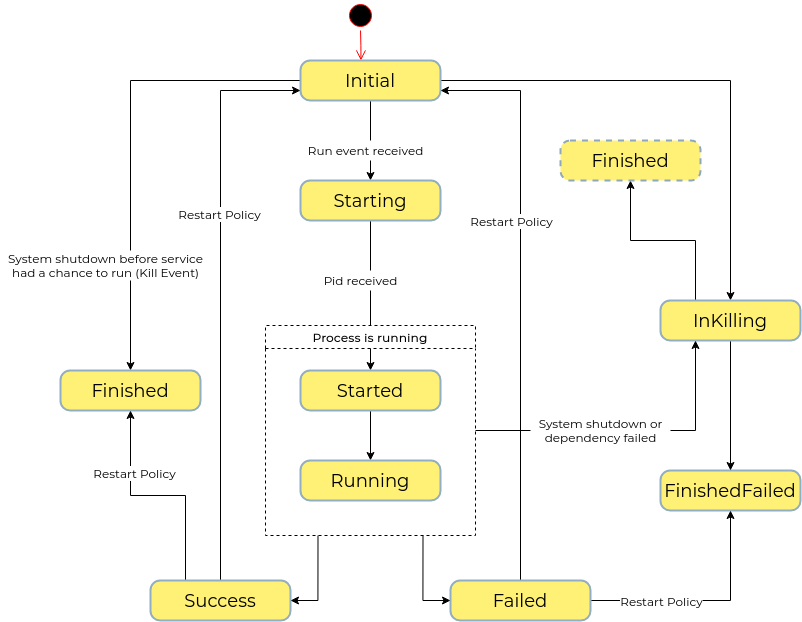
The draw.io diagram res/state-machine.png in FedericoPonzi/Horust, before a commit. Source tidied: cells renumbered, new cells last; positions are measured from the earlier drawing's top-left corner, leaving out a move shared by most shapes.
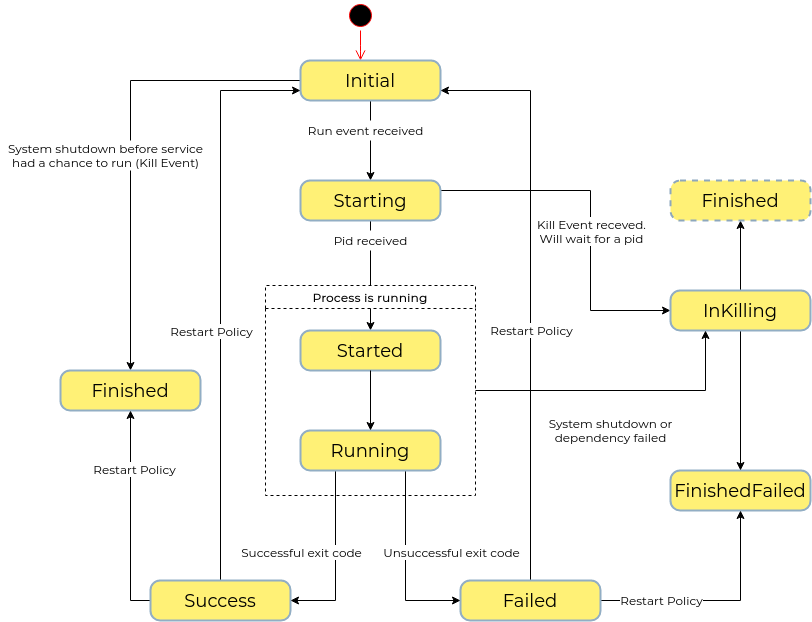
Later version of the same file.

What changed in the source:
```diff
@@ -11,9 +11,6 @@
     <mxCell id="4" style="edgeStyle=orthogonalEdgeStyle;rounded=0;jettySize=auto;html=1;exitX=0.5;exitY=1;exitDx=0;exitDy=0;entryX=0.5;entryY=0;entryDx=0;entryDy=0;fontFamily=Montserrat;" parent="1" edge="1" source="7" target="9">
       <mxGeometry relative="1" as="geometry" />
     </mxCell>
-    <mxCell id="5" style="edgeStyle=orthogonalEdgeStyle;rounded=0;jettySize=auto;html=1;exitX=1;exitY=0.5;exitDx=0;exitDy=0;entryX=0.5;entryY=0;entryDx=0;entryDy=0;fontFamily=Montserrat;" parent="1" edge="1" source="7" target="22">
-      <mxGeometry relative="1" as="geometry" />
-    </mxCell>
     <mxCell id="6" style="edgeStyle=orthogonalEdgeStyle;rounded=0;jettySize=auto;html=1;exitX=0;exitY=0.5;exitDx=0;exitDy=0;entryX=0.5;entryY=0;entryDx=0;entryDy=0;fontFamily=Montserrat;" parent="1" edge="1" source="7" target="10">
       <mxGeometry relative="1" as="geometry" />
     </mxCell>
@@ -23,6 +20,19 @@
     <mxCell id="8" style="edgeStyle=orthogonalEdgeStyle;rounded=0;jettySize=auto;html=1;exitX=0.5;exitY=1;exitDx=0;exitDy=0;entryX=0.5;entryY=0;entryDx=0;entryDy=0;fontFamily=Montserrat;" parent="1" edge="1" source="9" target="25">
       <mxGeometry relative="1" as="geometry" />
     </mxCell>
+    <mxCell id="37" style="edgeStyle=orthogonalEdgeStyle;rounded=0;jettySize=auto;html=1;entryX=0;entryY=0.5;entryDx=0;entryDy=0;exitX=1;exitY=0.25;exitDx=0;exitDy=0;" parent="1" edge="1" source="9" target="22">
+      <mxGeometry relative="1" as="geometry">
+        <Array as="points">
+          <mxPoint x="590" y="190" />
+          <mxPoint x="590" y="310" />
+        </Array>
+      </mxGeometry>
+    </mxCell>
+    <mxCell id="38" value="&lt;div&gt;Kill Event receved.&lt;br&gt;&lt;/div&gt;&lt;div&gt;Will wait for a pid&lt;br&gt;&lt;/div&gt;" style="edgeLabel;html=1;align=center;verticalAlign=middle;fontSize=12;fontFamily=Montserrat;" parent="37" vertex="1">
+      <mxGeometry x="0.37" relative="1" as="geometry">
+        <mxPoint y="-50" as="offset" />
+      </mxGeometry>
+    </mxCell>
     <mxCell id="9" value="Starting" style="rounded=1;whiteSpace=wrap;html=1;arcSize=24;fillColor=#FFF176;strokeColor=#92AEC4;shadow=0;comic=0;labelBackgroundColor=none;fontFamily=Montserrat;fontSize=18;fontColor=#000000;align=center;FType=g;strokeWidth=2;" parent="1" vertex="1">
       <mxGeometry x="300" y="180" width="140" height="40" as="geometry" />
     </mxCell>
@@ -33,9 +43,11 @@
       <mxGeometry relative="1" as="geometry" />
     </mxCell>
     <mxCell id="12" value="Restart Policy" style="edgeLabel;html=1;align=center;verticalAlign=middle;fontSize=12;fontFamily=Montserrat;" parent="11" vertex="1">
-      <mxGeometry x="0.29" y="2" relative="1" as="geometry" />
+      <mxGeometry x="0.29" y="2" relative="1" as="geometry">
+        <mxPoint x="-8" y="117" as="offset" />
+      </mxGeometry>
     </mxCell>
-    <mxCell id="13" style="edgeStyle=orthogonalEdgeStyle;rounded=0;jettySize=auto;html=1;exitX=0.25;exitY=0;exitDx=0;exitDy=0;entryX=0.5;entryY=1;entryDx=0;entryDy=0;fontFamily=Montserrat;fontSize=12;" parent="1" edge="1" source="15" target="10">
+    <mxCell id="13" style="edgeStyle=orthogonalEdgeStyle;rounded=0;jettySize=auto;html=1;exitX=0;exitY=0.5;exitDx=0;exitDy=0;entryX=0.5;entryY=1;entryDx=0;entryDy=0;fontFamily=Montserrat;fontSize=12;" parent="1" edge="1" source="15" target="10">
       <mxGeometry relative="1" as="geometry" />
     </mxCell>
     <mxCell id="14" value="Restart Policy" style="edgeLabel;html=1;align=center;verticalAlign=middle;fontSize=12;fontFamily=Montserrat;" parent="13" vertex="1">
@@ -45,7 +57,7 @@
       <mxGeometry x="150" y="580" width="140" height="40" as="geometry" />
     </mxCell>
     <mxCell id="16" value="FinishedFailed" style="rounded=1;whiteSpace=wrap;html=1;arcSize=24;fillColor=#FFF176;strokeColor=#92AEC4;shadow=0;comic=0;labelBackgroundColor=none;fontFamily=Montserrat;fontSize=18;fontColor=#000000;align=center;FType=g;strokeWidth=2;" parent="1" vertex="1">
-      <mxGeometry x="660" y="470" width="140" height="40" as="geometry" />
+      <mxGeometry x="670" y="470" width="140" height="40" as="geometry" />
     </mxCell>
     <mxCell id="17" style="edgeStyle=orthogonalEdgeStyle;rounded=0;jettySize=auto;html=1;exitX=0.5;exitY=0;exitDx=0;exitDy=0;entryX=1;entryY=0.75;entryDx=0;entryDy=0;fontFamily=Montserrat;fontSize=12;" parent="1" edge="1" source="19" target="7">
       <mxGeometry relative="1" as="geometry" />
@@ -54,58 +66,68 @@
       <mxGeometry relative="1" as="geometry" />
     </mxCell>
     <mxCell id="19" value="Failed" style="rounded=1;whiteSpace=wrap;html=1;arcSize=24;fillColor=#FFF176;strokeColor=#92AEC4;shadow=0;comic=0;labelBackgroundColor=none;fontFamily=Montserrat;fontSize=18;fontColor=#000000;align=center;FType=g;strokeWidth=2;" parent="1" vertex="1">
-      <mxGeometry x="450" y="580" width="140" height="40" as="geometry" />
+      <mxGeometry x="460" y="580" width="140" height="40" as="geometry" />
     </mxCell>
     <mxCell id="20" style="edgeStyle=orthogonalEdgeStyle;rounded=0;jettySize=auto;html=1;exitX=0.5;exitY=1;exitDx=0;exitDy=0;fontFamily=Montserrat;" parent="1" edge="1" source="22" target="16">
       <mxGeometry relative="1" as="geometry" />
     </mxCell>
-    <mxCell id="21" style="edgeStyle=orthogonalEdgeStyle;rounded=0;jettySize=auto;html=1;exitX=0.25;exitY=0;exitDx=0;exitDy=0;entryX=0.5;entryY=1;entryDx=0;entryDy=0;fontFamily=Montserrat;fontSize=12;" parent="1" edge="1" source="22" target="23">
+    <mxCell id="21" style="edgeStyle=orthogonalEdgeStyle;rounded=0;jettySize=auto;html=1;exitX=0.5;exitY=0;exitDx=0;exitDy=0;entryX=0.5;entryY=1;entryDx=0;entryDy=0;fontFamily=Montserrat;fontSize=12;" parent="1" edge="1" source="22" target="23">
       <mxGeometry relative="1" as="geometry" />
     </mxCell>
     <mxCell id="22" value="InKilling" style="rounded=1;whiteSpace=wrap;html=1;arcSize=24;fillColor=#FFF176;strokeColor=#92AEC4;shadow=0;comic=0;labelBackgroundColor=none;fontFamily=Montserrat;fontSize=18;fontColor=#000000;align=center;FType=g;strokeWidth=2;" parent="1" vertex="1">
-      <mxGeometry x="660" y="300" width="140" height="40" as="geometry" />
+      <mxGeometry x="670" y="290" width="140" height="40" as="geometry" />
     </mxCell>
     <mxCell id="23" value="Finished" style="rounded=1;whiteSpace=wrap;html=1;arcSize=24;fillColor=#FFF176;strokeColor=#8DA7BD;shadow=0;comic=0;labelBackgroundColor=none;fontFamily=Montserrat;fontSize=18;fontColor=#000000;align=center;FType=g;strokeWidth=2;dashed=1;" parent="1" vertex="1">
-      <mxGeometry x="560" y="140" width="140" height="40" as="geometry" />
+      <mxGeometry x="670" y="180" width="140" height="40" as="geometry" />
     </mxCell>
-    <mxCell id="24" style="edgeStyle=orthogonalEdgeStyle;rounded=0;jettySize=auto;html=1;fontFamily=Montserrat;" parent="1" edge="1" source="25" target="26">
-      <mxGeometry relative="1" as="geometry" />
-    </mxCell>
+    <mxCell id="27" style="edgeStyle=orthogonalEdgeStyle;rounded=0;jettySize=auto;html=1;exitX=0.25;exitY=1;exitDx=0;exitDy=0;entryX=1;entryY=0.5;entryDx=0;entryDy=0;fontFamily=Montserrat;fontSize=12;" parent="1" edge="1" source="26" target="15">
+      <mxGeometry relative="1" as="geometry" />
+    </mxCell>
+    <mxCell id="39" value="Successful exit code" style="edgeLabel;html=1;align=center;verticalAlign=middle;fontFamily=Montserrat;fontSize=12;" parent="27" vertex="1">
+      <mxGeometry x="-0.59" y="1" relative="1" as="geometry">
+        <mxPoint x="-36" y="45" as="offset" />
+      </mxGeometry>
+    </mxCell>
+    <mxCell id="28" style="edgeStyle=orthogonalEdgeStyle;rounded=0;jettySize=auto;html=1;exitX=0.75;exitY=1;exitDx=0;exitDy=0;entryX=0;entryY=0.5;entryDx=0;entryDy=0;fontFamily=Montserrat;fontSize=12;" parent="1" edge="1" source="26" target="19">
+      <mxGeometry relative="1" as="geometry" />
+    </mxCell>
+    <mxCell id="40" value="Unsuccessful exit code" style="edgeLabel;html=1;align=center;verticalAlign=middle;fontFamily=Montserrat;fontSize=12;" parent="28" vertex="1">
+      <mxGeometry x="-0.59" y="3" relative="1" as="geometry">
+        <mxPoint x="42" y="43" as="offset" />
+      </mxGeometry>
+    </mxCell>
+    <mxCell id="29" style="edgeStyle=orthogonalEdgeStyle;rounded=0;jettySize=auto;html=1;exitX=1;exitY=0.5;exitDx=0;exitDy=0;entryX=0.25;entryY=1;entryDx=0;entryDy=0;fontFamily=Montserrat;fontSize=12;" parent="1" edge="1" source="30" target="22">
+      <mxGeometry relative="1" as="geometry" />
+    </mxCell>
+    <mxCell id="30" value="Process is running" style="swimlane;dashed=1;align=center;fontFamily=Montserrat;" parent="1" vertex="1">
+      <mxGeometry x="265" y="285" width="210" height="210" as="geometry" />
+    </mxCell>
-    <mxCell id="25" value="Started" style="rounded=1;whiteSpace=wrap;html=1;arcSize=24;fillColor=#FFF176;strokeColor=#92AEC4;shadow=0;comic=0;labelBackgroundColor=none;fontFamily=Montserrat;fontSize=18;fontColor=#000000;align=center;FType=g;strokeWidth=2;" parent="1" vertex="1">
-      <mxGeometry x="300" y="370" width="140" height="40" as="geometry" />
+    <mxCell id="25" value="Started" style="rounded=1;whiteSpace=wrap;html=1;arcSize=24;fillColor=#FFF176;strokeColor=#92AEC4;shadow=0;comic=0;labelBackgroundColor=none;fontFamily=Montserrat;fontSize=18;fontColor=#000000;align=center;FType=g;strokeWidth=2;" parent="30" vertex="1">
+      <mxGeometry x="35" y="45" width="140" height="40" as="geometry" />
     </mxCell>
-    <mxCell id="26" value="&lt;div style=&quot;font-size: 18px;&quot;&gt;Running&lt;/div&gt;" style="rounded=1;whiteSpace=wrap;html=1;arcSize=24;fillColor=#FFF176;strokeColor=#92AEC4;shadow=0;comic=0;labelBackgroundColor=none;fontFamily=Montserrat;fontSize=18;fontColor=#000000;align=center;FType=g;strokeWidth=2;" parent="1" vertex="1">
-      <mxGeometry x="300" y="460" width="140" height="40" as="geometry" />
+    <mxCell id="26" value="&lt;div style=&quot;font-size: 18px;&quot;&gt;Running&lt;/div&gt;" style="rounded=1;whiteSpace=wrap;html=1;arcSize=24;fillColor=#FFF176;strokeColor=#92AEC4;shadow=0;comic=0;labelBackgroundColor=none;fontFamily=Montserrat;fontSize=18;fontColor=#000000;align=center;FType=g;strokeWidth=2;" parent="30" vertex="1">
+      <mxGeometry x="35" y="145" width="140" height="40" as="geometry" />
     </mxCell>
-    <mxCell id="27" style="edgeStyle=orthogonalEdgeStyle;rounded=0;jettySize=auto;html=1;exitX=0.25;exitY=1;exitDx=0;exitDy=0;entryX=1;entryY=0.5;entryDx=0;entryDy=0;fontFamily=Montserrat;fontSize=12;" parent="1" edge="1" source="30" target="15">
-      <mxGeometry relative="1" as="geometry" />
-    </mxCell>
-    <mxCell id="28" style="edgeStyle=orthogonalEdgeStyle;rounded=0;jettySize=auto;html=1;exitX=0.75;exitY=1;exitDx=0;exitDy=0;entryX=0;entryY=0.5;entryDx=0;entryDy=0;fontFamily=Montserrat;fontSize=12;" parent="1" edge="1" source="30" target="19">
-      <mxGeometry relative="1" as="geometry" />
-    </mxCell>
-    <mxCell id="29" style="edgeStyle=orthogonalEdgeStyle;rounded=0;jettySize=auto;html=1;exitX=1;exitY=0.5;exitDx=0;exitDy=0;entryX=0.25;entryY=1;entryDx=0;entryDy=0;fontFamily=Montserrat;fontSize=12;" parent="1" edge="1" source="30" target="22">
-      <mxGeometry relative="1" as="geometry" />
-    </mxCell>
-    <mxCell id="30" value="Process is running" style="swimlane;dashed=1;align=center;fontFamily=Montserrat;" parent="1" vertex="1">
-      <mxGeometry x="265" y="325" width="210" height="210" as="geometry" />
-    </mxCell>
+    <mxCell id="24" style="edgeStyle=orthogonalEdgeStyle;rounded=0;jettySize=auto;html=1;fontFamily=Montserrat;" parent="30" edge="1" source="25" target="26">
+      <mxGeometry relative="1" as="geometry" />
+    </mxCell>
     <mxCell id="31" value="&lt;div&gt;Run event received&lt;/div&gt;" style="text;html=1;align=center;verticalAlign=middle;fontFamily=Montserrat;fillColor=#ffffff;" parent="1" vertex="1">
-      <mxGeometry x="300" y="140" width="130" height="20" as="geometry" />
+      <mxGeometry x="300" y="120" width="130" height="20" as="geometry" />
     </mxCell>
     <mxCell id="32" value="Pid received" style="text;html=1;align=center;verticalAlign=middle;fontSize=12;fontFamily=Montserrat;fillColor=#ffffff;" parent="1" vertex="1">
-      <mxGeometry x="315" y="270" width="90" height="20" as="geometry" />
+      <mxGeometry x="325" y="230" width="90" height="20" as="geometry" />
     </mxCell>
     <mxCell id="33" value="Restart Policy" style="edgeLabel;html=1;align=center;verticalAlign=middle;fontSize=12;fontFamily=Montserrat;" parent="1" vertex="1">
-      <mxGeometry x="510" y="220" as="geometry" />
+      <mxGeometry x="530" y="330" as="geometry" />
     </mxCell>
     <mxCell id="34" value="System shutdown or &lt;br&gt;dependency failed" style="text;html=1;align=center;verticalAlign=middle;fontSize=12;fontFamily=Montserrat;fillColor=#ffffff;" parent="1" vertex="1">
-      <mxGeometry x="530" y="415" width="140" height="30" as="geometry" />
+      <mxGeometry x="540" y="415" width="140" height="30" as="geometry" />
     </mxCell>
     <mxCell id="35" value="Restart Policy" style="edgeLabel;html=1;align=center;verticalAlign=middle;fontSize=12;fontFamily=Montserrat;" parent="1" vertex="1">
       <mxGeometry x="660" y="600" as="geometry" />
     </mxCell>
     <mxCell id="36" value="&lt;div&gt;System shutdown before service &lt;br&gt;&lt;/div&gt;&lt;div&gt;had a chance to run (Kill Event)&lt;/div&gt;" style="text;html=1;align=center;verticalAlign=middle;fontSize=12;fontFamily=Montserrat;fillColor=#ffffff;" parent="1" vertex="1">
-      <mxGeometry y="250" width="210" height="30" as="geometry" />
+      <mxGeometry y="140" width="210" height="30" as="geometry" />
     </mxCell>
   </root>
 </mxGraphModel>
```
